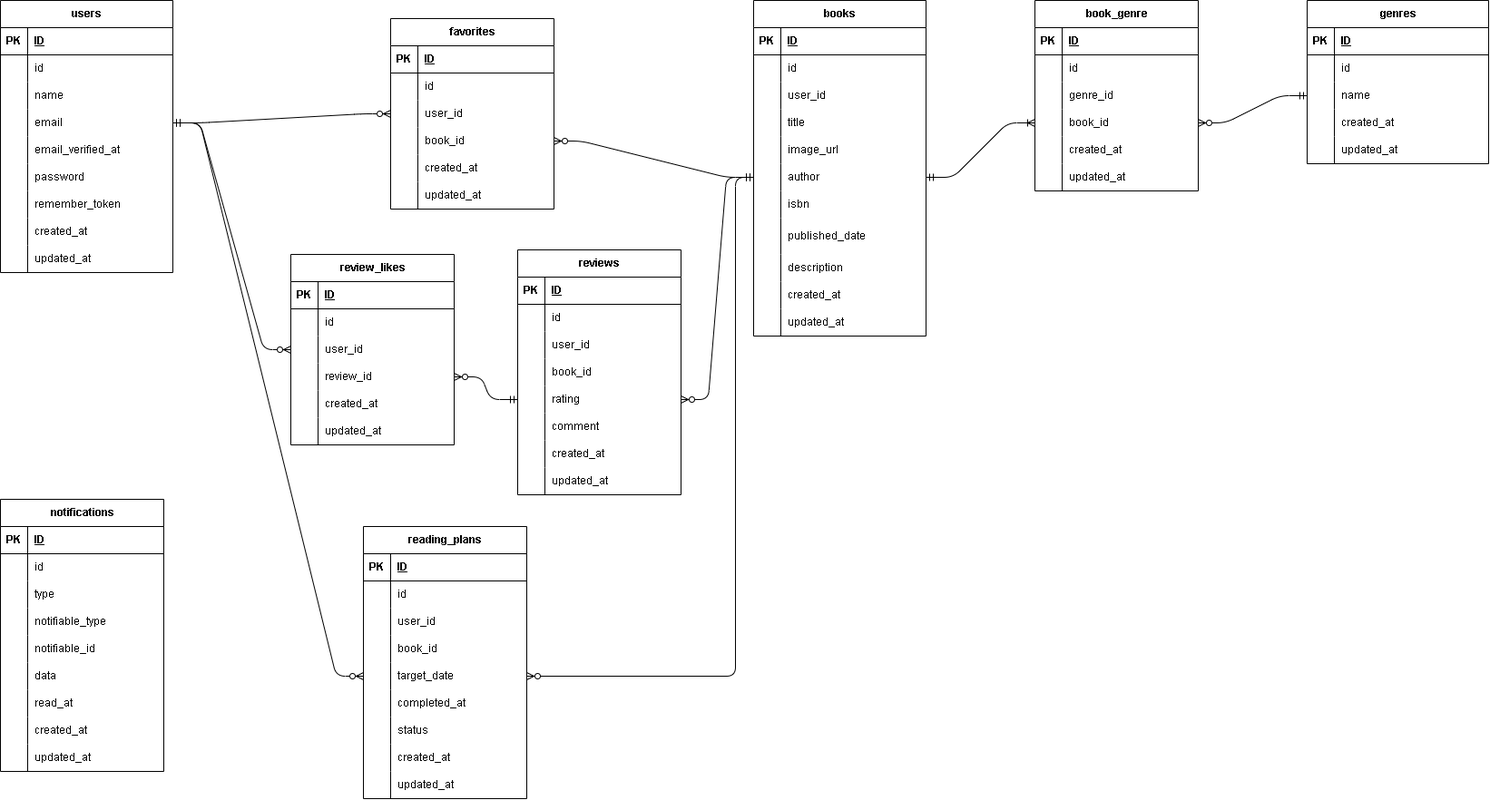
sophy-iu/Bookshelf keeps this draw.io diagram as index.drawio.png. Above is the earlier version. Source tidied: cells renumbered, new cells last; positions are measured from the earlier drawing's top-left corner, leaving out a move shared by most shapes.
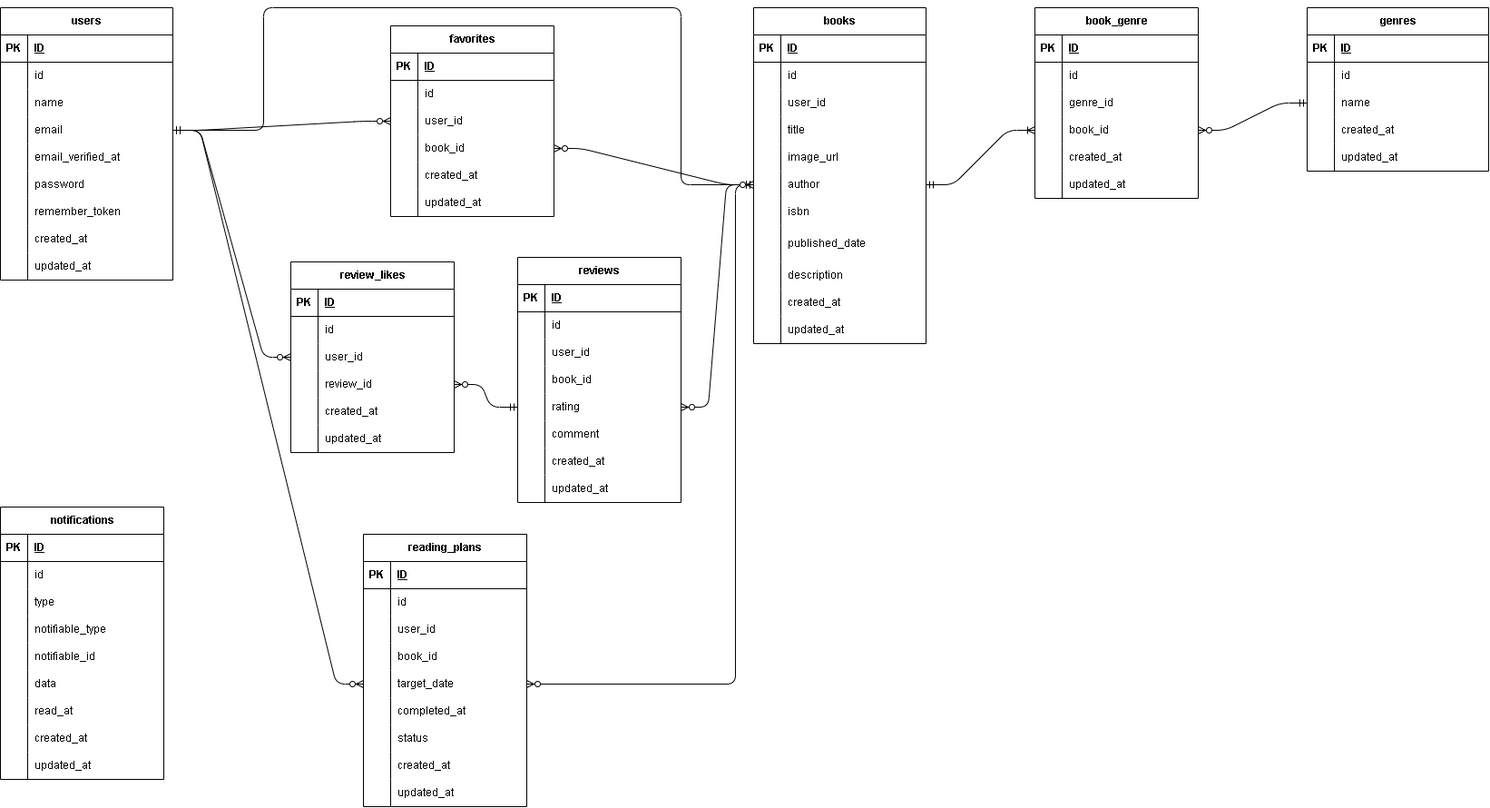
Later version of the same file.

The edit, as a diff of the source:
```diff
@@ -682,5 +682,15 @@
     <mxCell id="226" style="edgeStyle=entityRelationEdgeStyle;fontSize=12;html=1;endArrow=ERzeroToMany;startArrow=ERmandOne;exitX=0;exitY=0.5;exitDx=0;exitDy=0;entryX=1;entryY=0.5;entryDx=0;entryDy=0;" parent="1" edge="1" source="71" target="153">
       <mxGeometry relative="1" as="geometry" />
     </mxCell>
+    <mxCell id="227" style="edgeStyle=orthogonalEdgeStyle;fontSize=12;html=1;endArrow=ERzeroToMany;startArrow=ERmandOne;exitX=1;exitY=0.5;exitDx=0;exitDy=0;entryX=0;entryY=0.5;entryDx=0;entryDy=0;" parent="1" edge="1" source="12" target="46">
+      <mxGeometry relative="1" as="geometry">
+        <Array as="points">
+          <mxPoint x="290" y="135" />
+          <mxPoint x="290" />
+          <mxPoint x="750" />
+          <mxPoint x="750" y="195" />
+        </Array>
+      </mxGeometry>
+    </mxCell>
   </root>
 </mxGraphModel>
```
